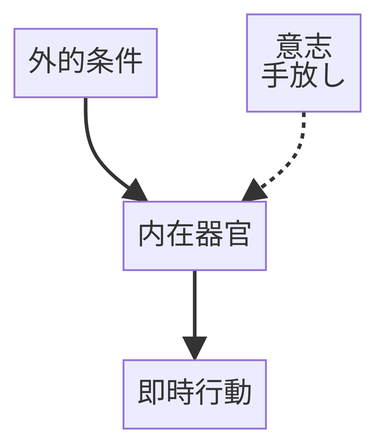
Before: assets/organ_will_placement/improvisation.png, a diagram exported from Mermaid (human-attunement/system). Its source is kept beside it as assets/organ_will_placement/improvisation.mmd. Source of this version:
```mermaid
flowchart TB
    E[外的条件]
    O[内在器官]
    A[即時行動]
    W["意志
    手放し"]

    E --> O --> A
    W -.-> O
```
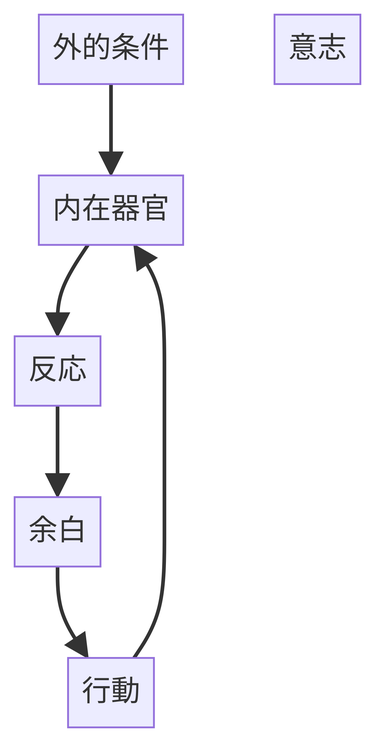
The same file after the commit.

The edit, as a diff of the source:
```diff
@@ -1,9 +1,11 @@
-flowchart TB
-    E[外的条件]
-    O[内在器官]
-    A[即時行動]
-    W["意志
-    手放し"]
-
-    E --> O --> A
-    W -.-> O
+---
+title: 即興の位置関係
+description: 意志は手放しになる。
+---
+flowchart TD
+    E[外的条件] --> O[内在器官]
+    O --> R[反応]
+    R --> M[余白]
+    M --> A[行動]
+    A --> O
+    W[意志]
```
